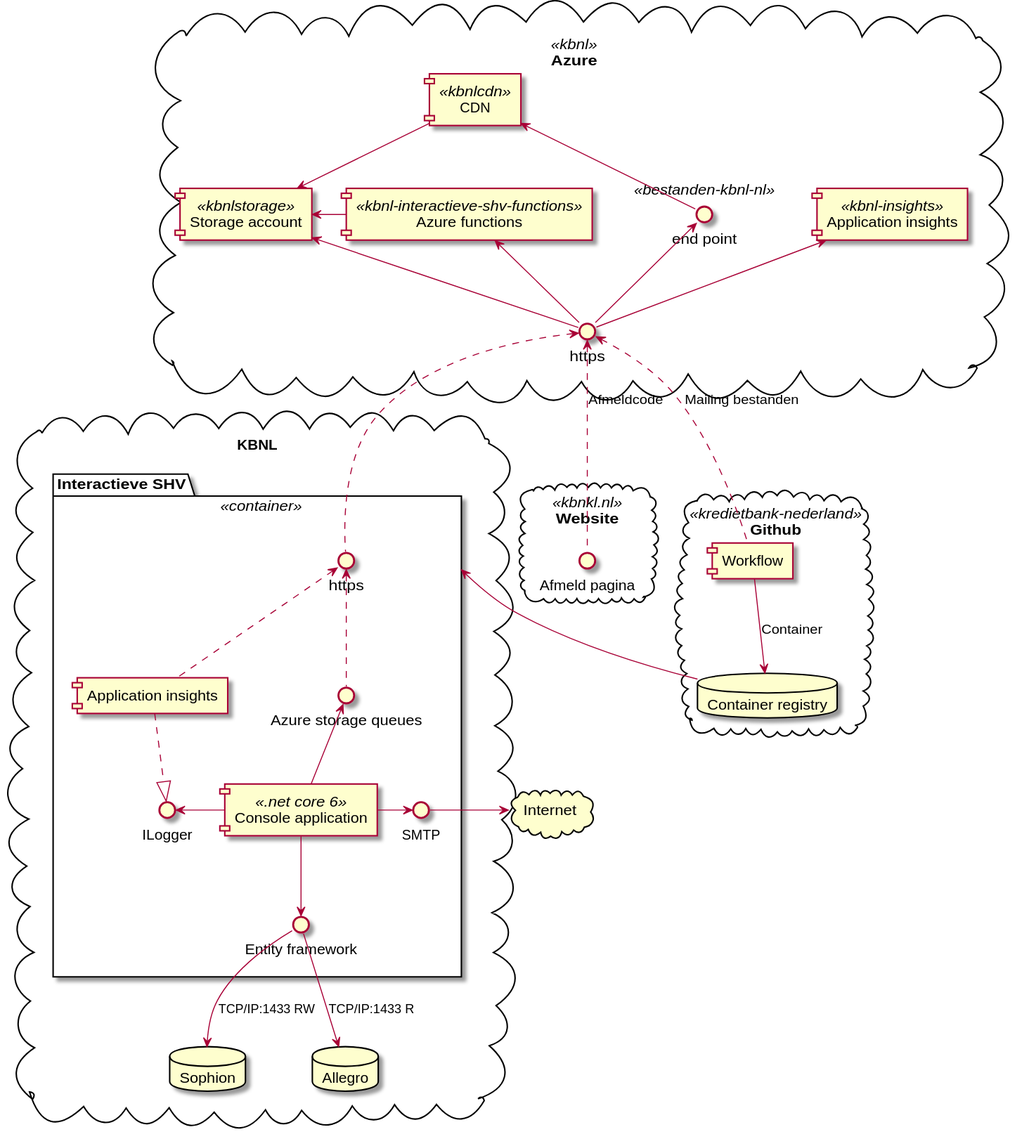
Above: interactieve-shv/context-diagram.puml.svg in kredietbank-nederland/kredietbank-nederland.github.io (PlantUML), before the change. The source it was exported from:
```plantuml
@startuml

cloud KBNL {
    package "Interactieve SHV" <<container>> AS ISHV {
        [Console application] <<.net core 6>> as APP
        () SMTP
        () ILogger
        () "Entity framework" as DA
        () "Azure storage queues" AS ASQ
        [Application insights] as AIC
        () https as KBNL_Http
    }


    database Sophion
    database Allegro
}

cloud "Azure" <<kbnl>> {
    [Application insights] <<kbnl-insights>> AS AI
    [Storage account] <<kbnlstorage>> AS SA
    [Azure functions] <<kbnl-interactieve-shv-functions>> AS AF
    [CDN] <<kbnlcdn>> AS CDN
    () "end point" <<bestanden-kbnl-nl>> AS EP
    () https as Azure_Http

    SA <- AF
}

cloud "Website" <<kbnkl.nl>> {
    () "Afmeld pagina" as Afmelden
}

cloud "Internet"

cloud Github <<kredietbank-nederland>> {
    [Workflow]
    database "Container registry" AS CR

    Workflow --> CR : Container
}

CDN --> SA
CDN <-- EP

SMTP -> Internet

SA <-- Azure_Http
AI <-- Azure_Http
EP <-- Azure_Http
AF <-- Azure_Http

ISHV <- CR

Azure_Http <.. Workflow : "Mailing bestanden"
Azure_Http <.. KBNL_Http
Azure_Http <.. Afmelden : "Afmeldcode"

KBNL_Http <.. AIC
KBNL_Http <.. ASQ

AIC ..|> ILogger

APP -> SMTP

ASQ <-- APP
ILogger <- APP

APP --> DA

DA --> Sophion : "TCP/IP:1433 RW"
DA --> Allegro : "TCP/IP:1433 R"


@enduml
```
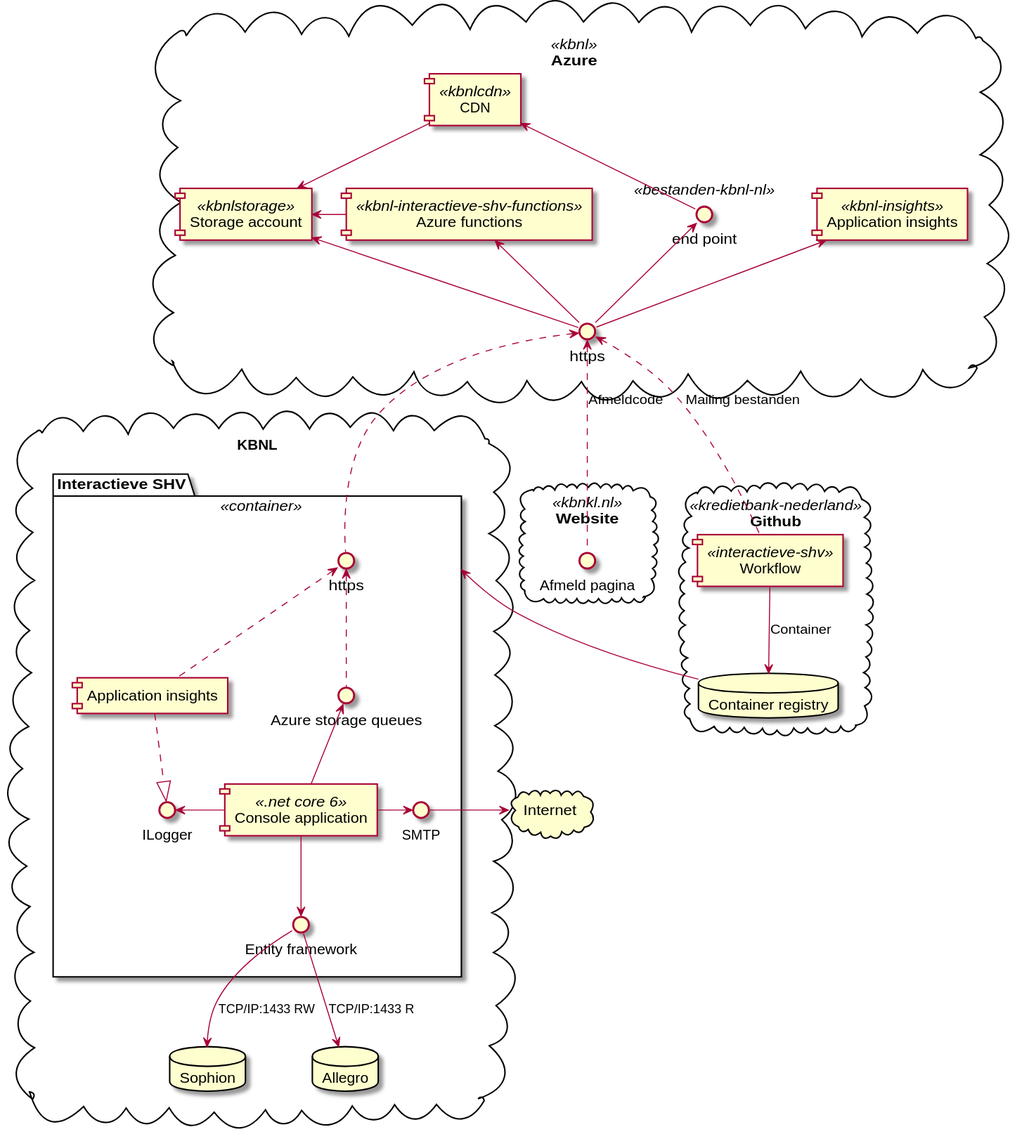
Later version of the same file.

The edit, as a diff of the source:
```diff
@@ -34,7 +34,7 @@
 cloud "Internet"
 
 cloud Github <<kredietbank-nederland>> {
-    [Workflow]
+    [Workflow] <<interactieve-shv>>
     database "Container registry" AS CR
 
     Workflow --> CR : Container
```
